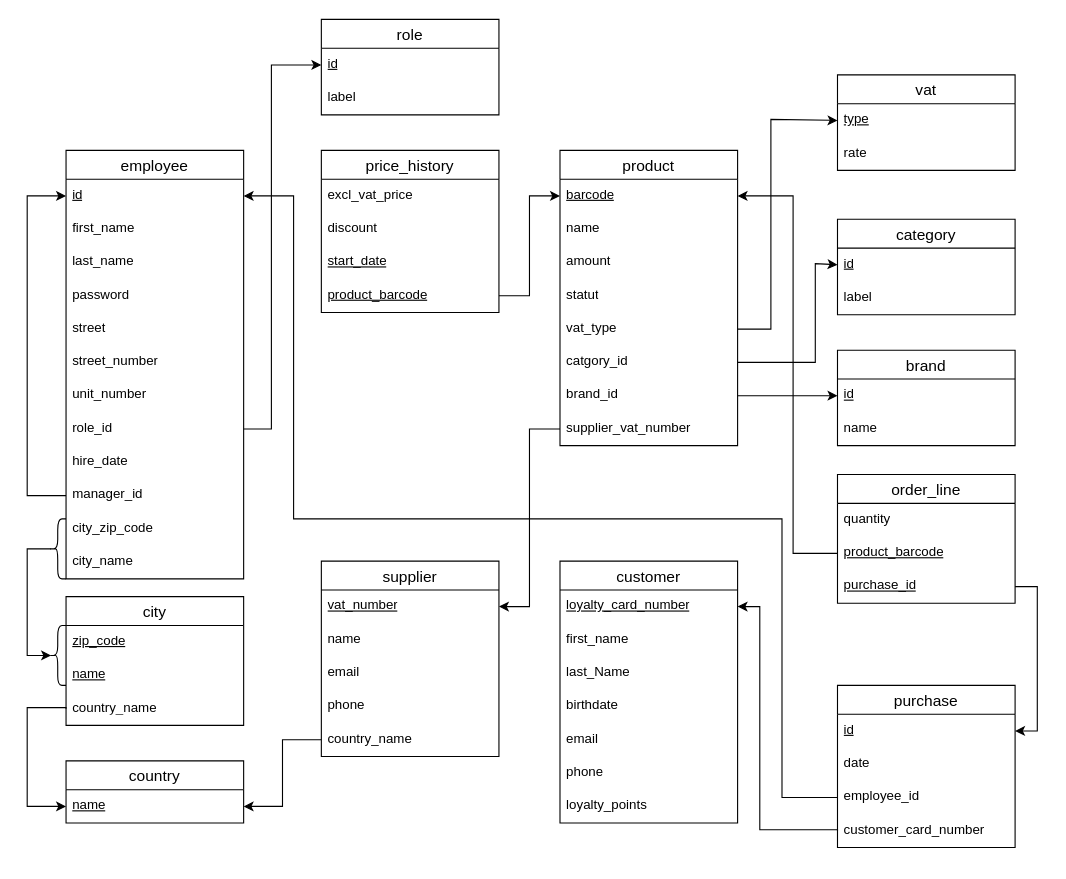
maxoux53/petit-bazar keeps this draw.io diagram as docs/DB/Relational_diagram.drawio. Above is the earlier version. Source tidied: cells renumbered, new cells numbered last; positions are measured from the earlier drawing's top-left corner, leaving out a move shared by most shapes. Both pictures are drawn from the tidied source at 111%, with x=0, y=0 at pixel (27, 19).
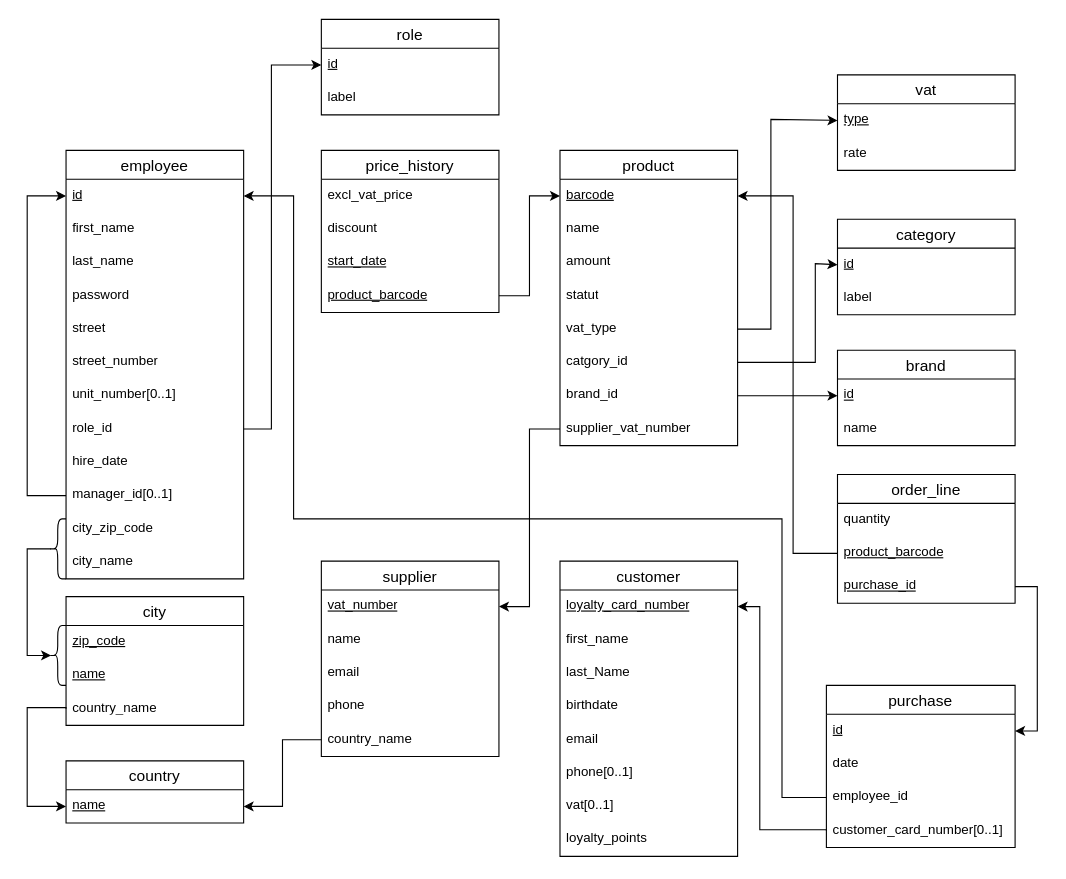
Above is the later version.

Commit message (it also covers changes not shown here):
add optionals + correction relational

Unchanged cells that the change refers to:
```xml
<mxCell id="2" value="employee" style="swimlane;fontStyle=0;horizontal=1;startSize=26;align=center;fontSize=14;" parent="1" vertex="1">
  <mxGeometry x="35" y="118" width="160" height="386" as="geometry" />
</mxCell>
```

The edit, as a diff of the source:
```diff
@@
-    <mxCell id="9" value="unit_number" style="text;strokeColor=none;fillColor=none;spacingLeft=4;spacingRight=4;overflow=hidden;fontSize=12;whiteSpace=wrap;html=1;" parent="2" vertex="1">
+    <mxCell id="9" value="unit_number[0..1]" style="text;strokeColor=none;fillColor=none;spacingLeft=4;spacingRight=4;overflow=hidden;fontSize=12;whiteSpace=wrap;html=1;" parent="2" vertex="1">
       <mxGeometry y="206" width="160" height="30" as="geometry" />
     </mxCell>
@@
-    <mxCell id="13" value="manager_id" style="text;strokeColor=none;fillColor=none;spacingLeft=4;spacingRight=4;overflow=hidden;points=[[0,0.5],[1,0.5]];portConstraint=eastwest;fontSize=12;whiteSpace=wrap;html=1;" parent="2" vertex="1">
+    <mxCell id="13" value="manager_id[0..1]" style="text;strokeColor=none;fillColor=none;spacingLeft=4;spacingRight=4;overflow=hidden;points=[[0,0.5],[1,0.5]];portConstraint=eastwest;fontSize=12;whiteSpace=wrap;html=1;" parent="2" vertex="1">
       <mxGeometry y="296" width="160" height="30" as="geometry" />
     </mxCell>
@@
     <mxCell id="45" value="customer" style="swimlane;fontStyle=0;horizontal=1;startSize=26;align=center;fontSize=14;" parent="1" vertex="1">
-      <mxGeometry x="480" y="488" width="160" height="236" as="geometry" />
+      <mxGeometry x="480" y="488" width="160" height="266" as="geometry" />
     </mxCell>
@@
-    <mxCell id="51" value="phone" style="text;strokeColor=none;fillColor=none;spacingLeft=4;spacingRight=4;overflow=hidden;fontSize=12;whiteSpace=wrap;html=1;" parent="45" vertex="1">
+    <mxCell id="51" value="phone[0..1]" style="text;strokeColor=none;fillColor=none;spacingLeft=4;spacingRight=4;overflow=hidden;fontSize=12;whiteSpace=wrap;html=1;" parent="45" vertex="1">
       <mxGeometry y="176" width="160" height="30" as="geometry" />
     </mxCell>
+    <mxCell id="86" value="vat[0..1]" style="text;strokeColor=none;fillColor=none;spacingLeft=4;spacingRight=4;overflow=hidden;fontSize=12;whiteSpace=wrap;html=1;" parent="45" vertex="1">
+      <mxGeometry y="206" width="160" height="30" as="geometry" />
+    </mxCell>
     <mxCell id="52" value="loyalty_points" style="text;strokeColor=none;fillColor=none;spacingLeft=4;spacingRight=4;overflow=hidden;fontSize=12;whiteSpace=wrap;html=1;" parent="45" vertex="1">
-      <mxGeometry y="206" width="160" height="30" as="geometry" />
+      <mxGeometry y="236" width="160" height="30" as="geometry" />
     </mxCell>
     <mxCell id="53" value="purchase" style="swimlane;fontStyle=0;horizontal=1;startSize=26;align=center;fontSize=14;" parent="1" vertex="1">
-      <mxGeometry x="730" y="600" width="160" height="146" as="geometry" />
+      <mxGeometry x="720" y="600" width="170" height="146" as="geometry" />
     </mxCell>
     <mxCell id="54" value="&lt;u&gt;id&lt;/u&gt;" style="text;strokeColor=none;fillColor=none;spacingLeft=4;spacingRight=4;overflow=hidden;points=[[0,0.5],[1,0.5]];portConstraint=eastwest;fontSize=12;whiteSpace=wrap;html=1;" parent="53" vertex="1">
-      <mxGeometry y="26" width="160" height="30" as="geometry" />
+      <mxGeometry y="26" width="170" height="30" as="geometry" />
     </mxCell>
     <mxCell id="55" value="date" style="text;strokeColor=none;fillColor=none;spacingLeft=4;spacingRight=4;overflow=hidden;fontSize=12;whiteSpace=wrap;html=1;" parent="53" vertex="1">
-      <mxGeometry y="56" width="160" height="30" as="geometry" />
+      <mxGeometry y="56" width="170" height="30" as="geometry" />
     </mxCell>
     <mxCell id="56" value="employee_id" style="text;strokeColor=none;fillColor=none;spacingLeft=4;spacingRight=4;overflow=hidden;points=[[0,0.5],[1,0.5]];portConstraint=eastwest;fontSize=12;whiteSpace=wrap;html=1;" parent="53" vertex="1">
-      <mxGeometry y="86" width="160" height="30" as="geometry" />
+      <mxGeometry y="86" width="170" height="30" as="geometry" />
     </mxCell>
-    <mxCell id="57" value="customer_card_number" style="text;strokeColor=none;fillColor=none;spacingLeft=4;spacingRight=4;overflow=hidden;points=[[0,0.5],[1,0.5]];portConstraint=eastwest;fontSize=12;whiteSpace=wrap;html=1;" parent="53" vertex="1">
-      <mxGeometry y="116" width="160" height="30" as="geometry" />
+    <mxCell id="57" value="customer_card_number[0..1]" style="text;strokeColor=none;fillColor=none;spacingLeft=4;spacingRight=4;overflow=hidden;points=[[0,0.5],[1,0.5]];portConstraint=eastwest;fontSize=12;whiteSpace=wrap;html=1;" parent="53" vertex="1">
+      <mxGeometry y="116" width="170" height="30" as="geometry" />
     </mxCell>
```
